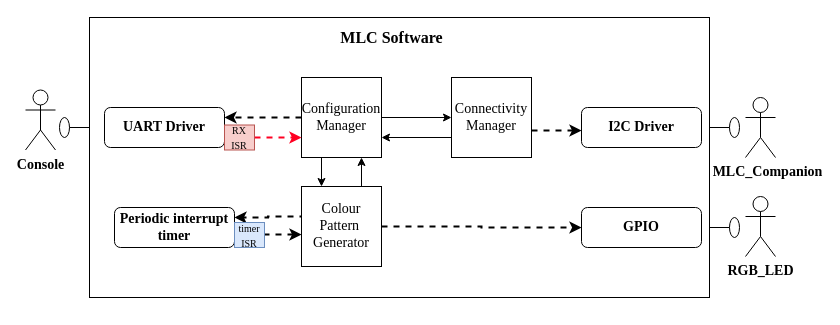
Above: page "Page-2" (2 of 2) of LARA_usecase.drawio in francis-job/BLOCK_DIAGRAMS (draw.io), before the change. Source tidied: cells renumbered, new cells numbered last; positions are measured from the earlier drawing's top-left corner, leaving out a move shared by most shapes. Both pictures are drawn from the tidied source at 100%, with x=0, y=0 at pixel (25, 17).
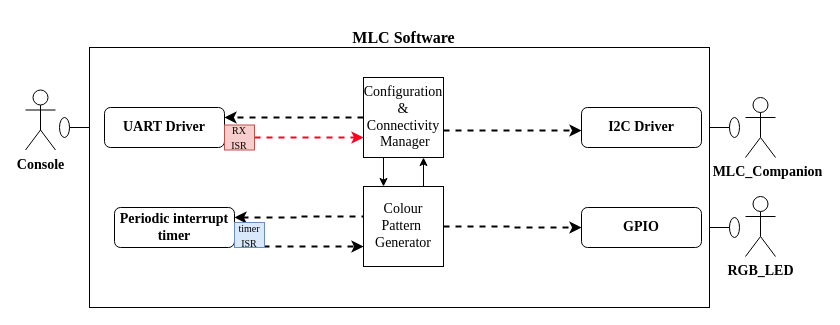
Above is the later version.

Diff of the diagram source:
```diff
@@
     <mxCell id="2" style="rounded=0;whiteSpace=wrap;html=1;" parent="1" vertex="1">
-      <mxGeometry x="64" width="620" height="280" as="geometry" />
+      <mxGeometry x="64" y="30" width="620" height="260" as="geometry" />
     </mxCell>
@@
-    <mxCell id="9" style="edgeStyle=orthogonalEdgeStyle;rounded=0;jettySize=auto;html=1;exitX=1;exitY=0.5;exitDx=0;exitDy=0;entryX=0;entryY=0.5;entryDx=0;entryDy=0;" parent="1" edge="1" source="11" target="14">
-      <mxGeometry relative="1" as="geometry" />
-    </mxCell>
@@
-    <mxCell id="11" value="&lt;font face=&quot;Times New Roman&quot; style=&quot;font-size: 14px&quot;&gt;Configuration Manager&lt;/font&gt;" style="whiteSpace=wrap;html=1;" parent="1" vertex="1">
-      <mxGeometry x="276" y="60" width="80" height="80" as="geometry" />
+    <mxCell id="11" value="&lt;font face=&quot;Times New Roman&quot; style=&quot;font-size: 14px&quot;&gt;Configuration&lt;br&gt;&amp;amp;&lt;br&gt;Connectivity&lt;br&gt;&amp;nbsp;Manager&lt;/font&gt;" style="whiteSpace=wrap;html=1;" parent="1" vertex="1">
+      <mxGeometry x="338" y="60" width="80" height="80" as="geometry" />
     </mxCell>
-    <mxCell id="12" style="edgeStyle=orthogonalEdgeStyle;rounded=0;jettySize=auto;html=1;exitX=0;exitY=0.75;exitDx=0;exitDy=0;entryX=1;entryY=0.75;entryDx=0;entryDy=0;" parent="1" edge="1" source="14" target="11">
-      <mxGeometry relative="1" as="geometry" />
-    </mxCell>
-    <mxCell id="13" style="edgeStyle=orthogonalEdgeStyle;rounded=0;orthogonalLoop=1;jettySize=auto;html=1;exitX=1;exitY=0.75;exitDx=0;exitDy=0;entryX=0;entryY=0.75;entryDx=0;entryDy=0;dashed=1;strokeWidth=2;" parent="1" edge="1">
+    <mxCell id="13" style="edgeStyle=orthogonalEdgeStyle;rounded=0;jettySize=auto;html=1;entryX=0;entryY=0.75;entryDx=0;entryDy=0;dashed=1;strokeWidth=2;" parent="1" edge="1" source="11">
       <mxGeometry relative="1" as="geometry">
-        <mxPoint x="506" y="113" as="sourcePoint" />
         <mxPoint x="556" y="113" as="targetPoint" />
+        <Array as="points">
+          <mxPoint x="480" y="113" />
+          <mxPoint x="480" y="113" />
+        </Array>
       </mxGeometry>
     </mxCell>
-    <mxCell id="14" value="&lt;font face=&quot;Times New Roman&quot; style=&quot;font-size: 14px&quot;&gt;Connectivity&lt;br&gt;Manager&lt;/font&gt;" style="whiteSpace=wrap;html=1;" parent="1" vertex="1">
-      <mxGeometry x="426" y="60" width="80" height="80" as="geometry" />
-    </mxCell>
@@
     <mxCell id="17" value="&lt;font face=&quot;Times New Roman&quot; style=&quot;font-size: 14px&quot;&gt;Colour&lt;br&gt;Pattern&amp;nbsp;&lt;br&gt;Generator&lt;/font&gt;" style="whiteSpace=wrap;html=1;" parent="1" vertex="1">
-      <mxGeometry x="276" y="169" width="80" height="80" as="geometry" />
+      <mxGeometry x="338" y="169" width="80" height="80" as="geometry" />
     </mxCell>
@@
-    <mxCell id="20" style="edgeStyle=orthogonalEdgeStyle;rounded=0;orthogonalLoop=1;jettySize=auto;html=1;exitX=1;exitY=0.2;exitDx=0;exitDy=0;exitPerimeter=0;dashed=1;strokeWidth=2;" parent="1" edge="1">
+    <mxCell id="20" style="edgeStyle=orthogonalEdgeStyle;rounded=0;jettySize=auto;html=1;exitX=1;exitY=0.2;exitDx=0;exitDy=0;exitPerimeter=0;dashed=1;strokeWidth=2;entryX=0;entryY=0.75;entryDx=0;entryDy=0;" parent="1" edge="1" target="17">
       <mxGeometry relative="1" as="geometry">
         <mxPoint x="226" y="217" as="sourcePoint" />
-        <mxPoint x="276" y="217" as="targetPoint" />
+        <Array as="points">
+          <mxPoint x="226" y="229" />
+        </Array>
       </mxGeometry>
     </mxCell>
@@
     <mxCell id="22" value="&lt;font face=&quot;Times New Roman&quot; size=&quot;1&quot;&gt;&lt;b style=&quot;font-size: 16px&quot;&gt;MLC Software&lt;/b&gt;&lt;/font&gt;" style="text;html=1;align=center;verticalAlign=middle;" parent="1" vertex="1">
-      <mxGeometry x="306" y="10" width="120" height="20" as="geometry" />
+      <mxGeometry x="318" y="10" width="120" height="20" as="geometry" />
     </mxCell>
```
